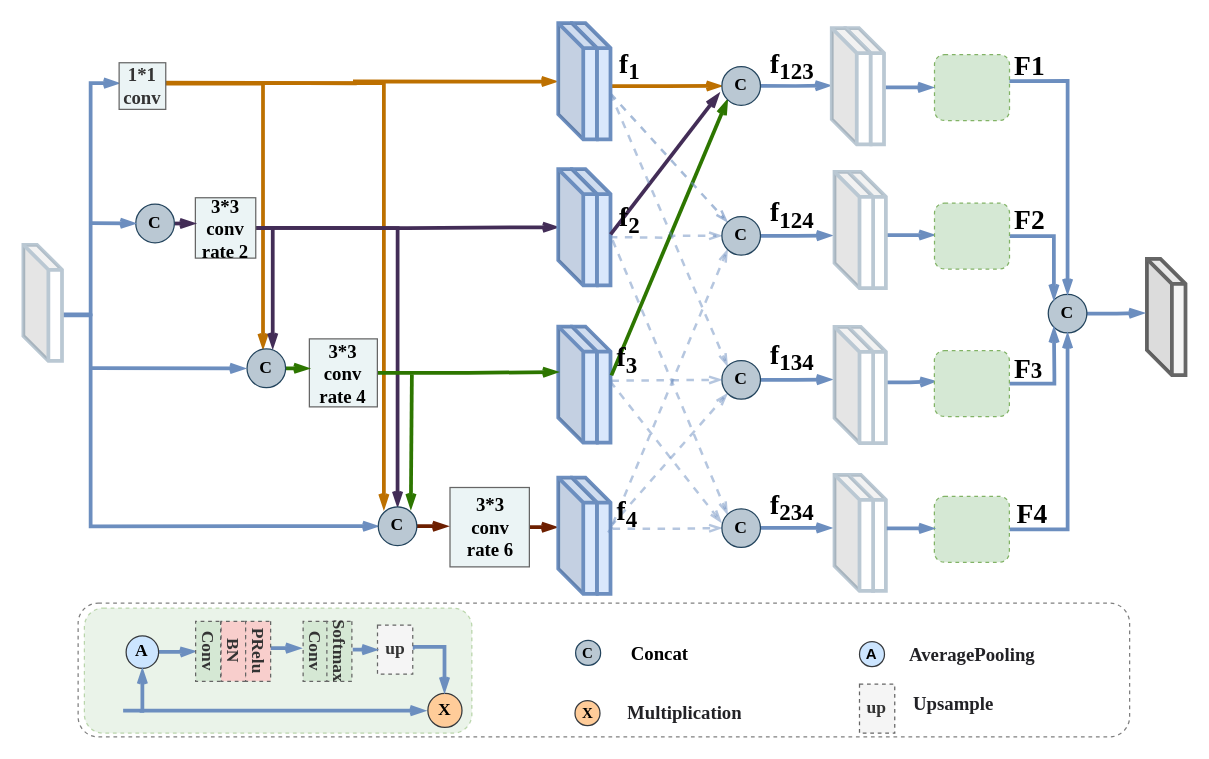
Above: CCASPP.drawio in Hymhh/hymhh (draw.io), before the change. Source tidied: cells renumbered, new cells numbered last; positions are measured from the earlier drawing's top-left corner, leaving out a move shared by most shapes. Both pictures are drawn from the tidied source at 125%, with x=0, y=0 at pixel (22, 22).
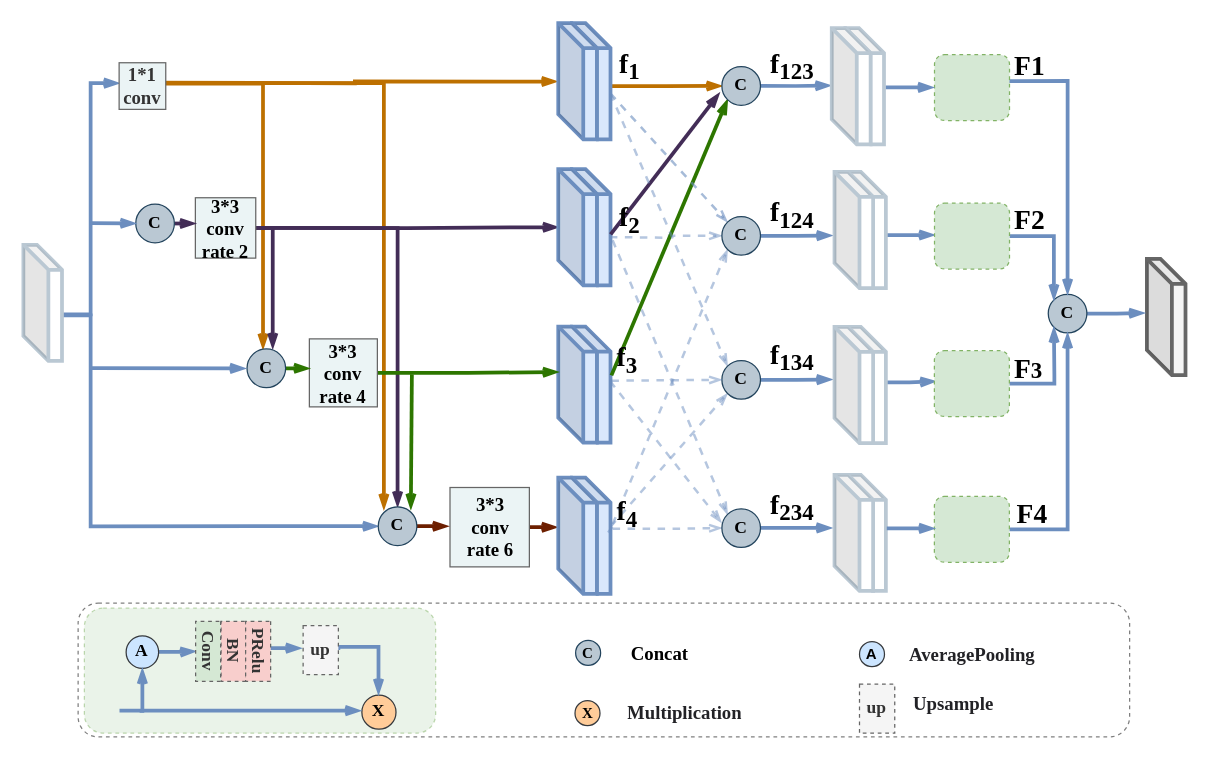
The same page after the edit.

Diff of the diagram source:
```diff
@@
     <mxCell id="3" style="rounded=1;whiteSpace=wrap;html=1;opacity=50;fillColor=#d5e8d4;strokeColor=#82b366;dashed=1;" parent="1" vertex="1">
-      <mxGeometry x="49" y="468" width="310" height="100" as="geometry" />
+      <mxGeometry x="49" y="468" width="281" height="100" as="geometry" />
     </mxCell>
@@
     <mxCell id="67" value="&lt;font face=&quot;Times New Roman&quot; size=&quot;1&quot;&gt;&lt;b style=&quot;font-size: 14px&quot;&gt;X&lt;/b&gt;&lt;/font&gt;" style="ellipse;whiteSpace=wrap;html=1;strokeColor=#36393d;strokeWidth=1;fillColor=#ffcc99;" parent="1" vertex="1">
-      <mxGeometry x="323.8" y="536.2" width="27.3" height="27.3" as="geometry" />
+      <mxGeometry x="271" y="537.6" width="27.3" height="27.3" as="geometry" />
     </mxCell>
@@
     <mxCell id="85" style="edgeStyle=orthogonalEdgeStyle;rounded=0;jettySize=auto;html=1;exitX=1;exitY=0.5;exitDx=0;exitDy=0;strokeColor=#6C8EBF;strokeWidth=3;entryX=0.487;entryY=-0.021;entryDx=0;entryDy=0;entryPerimeter=0;endArrow=openThin;endFill=0;" parent="1" edge="1" source="86" target="67">
       <mxGeometry relative="1" as="geometry">
         <Array as="points">
-          <mxPoint x="337.1" y="499" />
+          <mxPoint x="252" y="499" />
+          <mxPoint x="284" y="499" />
         </Array>
       </mxGeometry>
     </mxCell>
     <mxCell id="86" value="&lt;font face=&quot;Times New Roman&quot; size=&quot;1&quot;&gt;&lt;b style=&quot;font-size: 14px&quot;&gt;up&lt;/b&gt;&lt;/font&gt;" style="rounded=0;whiteSpace=wrap;html=1;dashed=1;strokeColor=#666666;fillColor=#f5f5f5;fontColor=#333333;" parent="1" vertex="1">
-      <mxGeometry x="283.5" y="481.6" width="28.2" height="39.2" as="geometry" />
+      <mxGeometry x="224" y="481.9" width="28.2" height="39.2" as="geometry" />
     </mxCell>
     <mxCell id="87" style="endArrow=openThin;html=1;strokeColor=#6C8EBF;strokeWidth=3;endFill=0;exitX=0.1;exitY=0.82;exitDx=0;exitDy=0;exitPerimeter=0;" parent="1" edge="1" source="3">
       <mxGeometry relative="1" as="geometry">
-        <mxPoint x="322" y="550" as="targetPoint" />
+        <mxPoint x="270" y="550" as="targetPoint" />
       </mxGeometry>
     </mxCell>
@@
-    <mxCell id="109" value="&lt;font face=&quot;Times New Roman&quot; size=&quot;1&quot;&gt;&lt;b style=&quot;font-size: 14px&quot;&gt;Conv&lt;/b&gt;&lt;/font&gt;" style="rounded=0;whiteSpace=wrap;html=1;dashed=1;strokeColor=#666666;fillColor=#D5E8D4;fontColor=#333333;rotation=90;" parent="1" vertex="1">
-      <mxGeometry x="210" y="492.5" width="48" height="20" as="geometry" />
-    </mxCell>
-    <mxCell id="110" value="&lt;font face=&quot;Times New Roman&quot; size=&quot;1&quot;&gt;&lt;b style=&quot;font-size: 14px&quot;&gt;Softmax&lt;/b&gt;&lt;/font&gt;" style="rounded=0;whiteSpace=wrap;html=1;dashed=1;strokeColor=#666666;fillColor=#D5E8D4;fontColor=#333333;rotation=90;" parent="1" vertex="1">
-      <mxGeometry x="229" y="492.5" width="48" height="20" as="geometry" />
-    </mxCell>
-    <mxCell id="111" style="endArrow=openThin;html=1;strokeColor=#6C8EBF;strokeWidth=3;entryX=0;entryY=0.5;entryDx=0;entryDy=0;exitX=0.473;exitY=-0.034;exitDx=0;exitDy=0;exitPerimeter=0;endFill=0;" parent="1" edge="1" source="110" target="86">
-      <mxGeometry relative="1" as="geometry" />
-    </mxCell>
```
